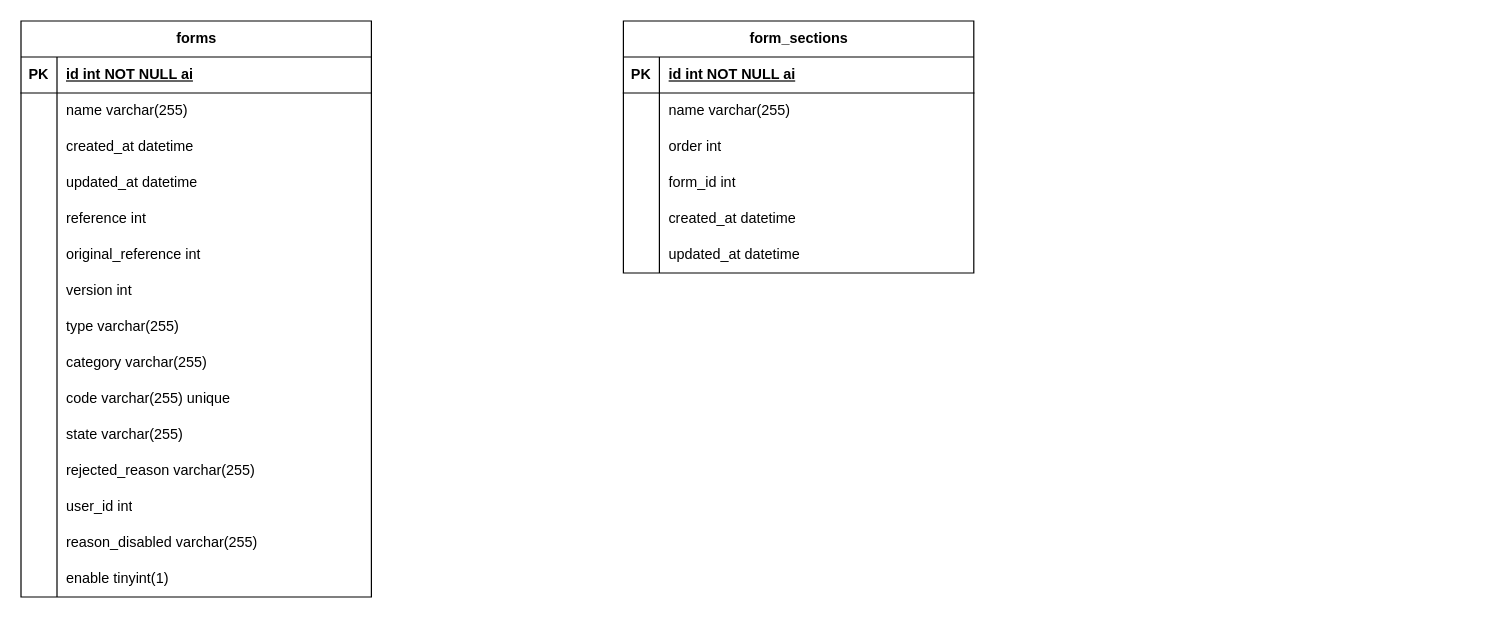
DarioEB/diagramas keeps this draw.io diagram as proyectos/farmacovigilancia.drawio. Above is the earlier version. Source tidied: cells renumbered, new cells numbered last; positions are measured from the earlier drawing's top-left corner, leaving out a move shared by most shapes. Both pictures are drawn from the tidied source at 120%, with x=0, y=0 at pixel (20, 20).
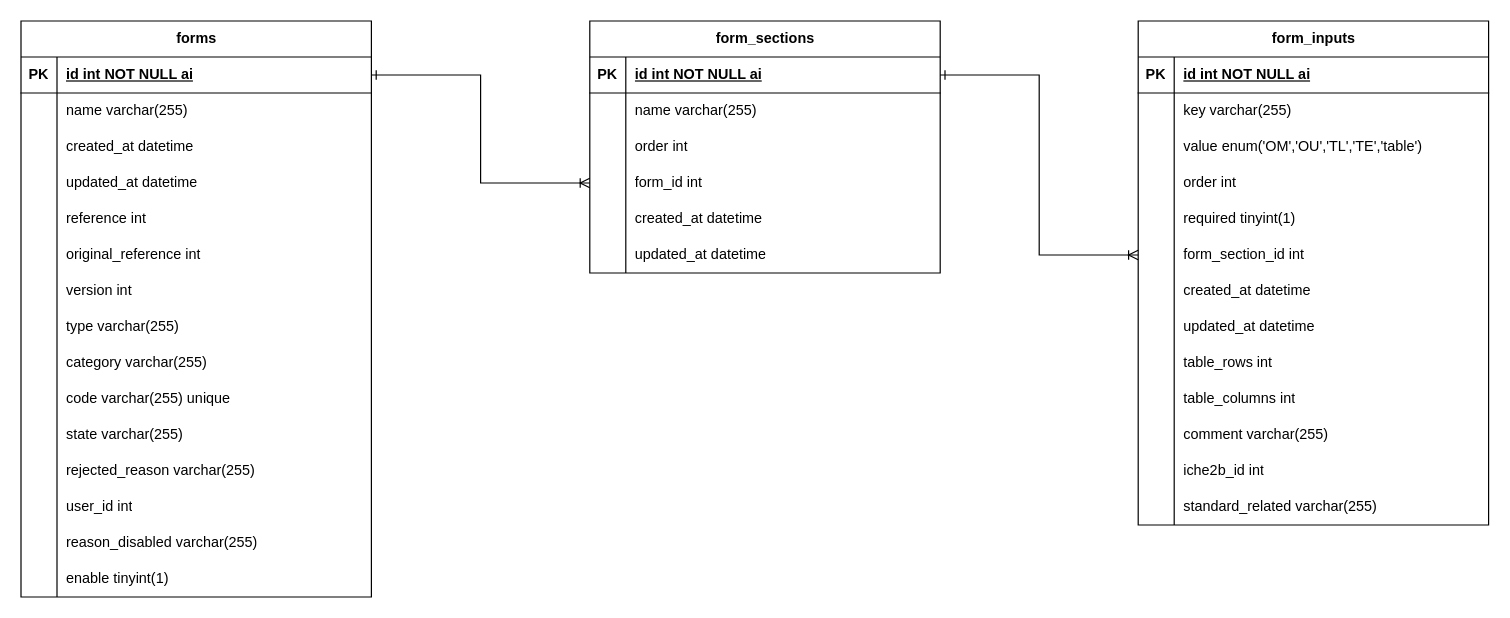
The same page after the edit.

The change refers to these unchanged cells:
```xml
<mxCell id="3" style="shape=tableRow;horizontal=0;startSize=0;swimlaneHead=0;swimlaneBody=0;fillColor=none;points=[[0,0.5],[1,0.5]];portConstraint=eastwest;top=0;left=0;right=0;bottom=1;" parent="2" vertex="1">
  <mxGeometry y="30" width="292" height="30" as="geometry" />
</mxCell>
<mxCell id="49" style="shape=tableRow;horizontal=0;startSize=0;swimlaneHead=0;swimlaneBody=0;fillColor=none;points=[[0,0.5],[1,0.5]];portConstraint=eastwest;top=0;left=0;right=0;bottom=1;" parent="48" vertex="1">
  <mxGeometry y="30" width="292" height="30" as="geometry" />
</mxCell>
<mxCell id="58" style="shape=tableRow;horizontal=0;startSize=0;swimlaneHead=0;swimlaneBody=0;fillColor=none;points=[[0,0.5],[1,0.5]];portConstraint=eastwest;top=0;left=0;right=0;bottom=0;" parent="48" vertex="1">
  <mxGeometry y="120" width="292" height="30" as="geometry" />
</mxCell>
```

Diff of the diagram source:
```diff
@@
     <mxCell id="48" value="form_sections" style="shape=table;startSize=30;childLayout=tableLayout;rowLines=0;fontStyle=1;align=center;html=1;" parent="1" vertex="1">
-      <mxGeometry x="502" width="292" height="210" as="geometry" />
+      <mxGeometry x="474" width="292" height="210" as="geometry" />
     </mxCell>
@@
+    <mxCell id="67" style="edgeStyle=orthogonalEdgeStyle;rounded=0;jettySize=auto;html=1;exitX=1;exitY=0.5;exitDx=0;exitDy=0;entryX=0;entryY=0.5;entryDx=0;entryDy=0;endArrow=ERoneToMany;endFill=0;startArrow=ERone;startFill=0;" parent="1" edge="1" source="3" target="58">
+      <mxGeometry relative="1" as="geometry" />
+    </mxCell>
+    <mxCell id="68" value="form_inputs" style="shape=table;startSize=30;childLayout=tableLayout;rowLines=0;fontStyle=1;align=center;html=1;" parent="1" vertex="1">
+      <mxGeometry x="931" width="292" height="420" as="geometry" />
+    </mxCell>
+    <mxCell id="69" style="shape=tableRow;horizontal=0;startSize=0;swimlaneHead=0;swimlaneBody=0;fillColor=none;top=0;left=0;right=0;bottom=1;" parent="68" vertex="1">
+      <mxGeometry y="30" width="292" height="30" as="geometry" />
+    </mxCell>
+    <mxCell id="70" value="PK" style="shape=partialRectangle;fillColor=none;top=0;left=0;bottom=0;right=0;fontStyle=1;overflow=hidden;whiteSpace=wrap;html=1;" parent="69" vertex="1">
+      <mxGeometry width="30" height="30" as="geometry" />
+    </mxCell>
+    <mxCell id="71" value="id int NOT NULL ai" style="shape=partialRectangle;fillColor=none;top=0;left=0;bottom=0;right=0;align=left;spacingLeft=6;fontStyle=5;overflow=hidden;whiteSpace=wrap;html=1;" parent="69" vertex="1">
+      <mxGeometry x="30" width="262" height="30" as="geometry" />
+    </mxCell>
+    <mxCell id="72" style="shape=tableRow;horizontal=0;startSize=0;swimlaneHead=0;swimlaneBody=0;fillColor=none;top=0;left=0;right=0;bottom=0;" parent="68" vertex="1">
+      <mxGeometry y="60" width="292" height="30" as="geometry" />
+    </mxCell>
+    <mxCell id="73" style="shape=partialRectangle;fillColor=none;top=0;left=0;bottom=0;right=0;overflow=hidden;whiteSpace=wrap;html=1;" parent="72" vertex="1">
+      <mxGeometry width="30" height="30" as="geometry" />
+    </mxCell>
+    <mxCell id="74" value="key varchar(255)" style="shape=partialRectangle;fillColor=none;top=0;left=0;bottom=0;right=0;align=left;spacingLeft=6;overflow=hidden;whiteSpace=wrap;html=1;" parent="72" vertex="1">
+      <mxGeometry x="30" width="262" height="30" as="geometry" />
+    </mxCell>
+    <mxCell id="75" style="shape=tableRow;horizontal=0;startSize=0;swimlaneHead=0;swimlaneBody=0;fillColor=none;top=0;left=0;right=0;bottom=0;" parent="68" vertex="1">
+      <mxGeometry y="90" width="292" height="30" as="geometry" />
+    </mxCell>
+    <mxCell id="76" style="shape=partialRectangle;fillColor=none;top=0;left=0;bottom=0;right=0;overflow=hidden;whiteSpace=wrap;html=1;" parent="75" vertex="1">
+      <mxGeometry width="30" height="30" as="geometry" />
+    </mxCell>
+    <mxCell id="77" value="value enum('OM','OU','TL','TE','table')" style="shape=partialRectangle;fillColor=none;top=0;left=0;bottom=0;right=0;align=left;spacingLeft=6;overflow=hidden;whiteSpace=wrap;html=1;" parent="75" vertex="1">
+      <mxGeometry x="30" width="262" height="30" as="geometry" />
+    </mxCell>
+    <mxCell id="78" style="shape=tableRow;horizontal=0;startSize=0;swimlaneHead=0;swimlaneBody=0;fillColor=none;top=0;left=0;right=0;bottom=0;" parent="68" vertex="1">
+      <mxGeometry y="120" width="292" height="30" as="geometry" />
+    </mxCell>
+    <mxCell id="79" style="shape=partialRectangle;fillColor=none;top=0;left=0;bottom=0;right=0;overflow=hidden;whiteSpace=wrap;html=1;" parent="78" vertex="1">
+      <mxGeometry width="30" height="30" as="geometry" />
+    </mxCell>
+    <mxCell id="80" value="order int" style="shape=partialRectangle;fillColor=none;top=0;left=0;bottom=0;right=0;align=left;spacingLeft=6;overflow=hidden;whiteSpace=wrap;html=1;" parent="78" vertex="1">
+      <mxGeometry x="30" width="262" height="30" as="geometry" />
+    </mxCell>
+    <mxCell id="81" style="shape=tableRow;horizontal=0;startSize=0;swimlaneHead=0;swimlaneBody=0;fillColor=none;top=0;left=0;right=0;bottom=0;" parent="68" vertex="1">
+      <mxGeometry y="150" width="292" height="30" as="geometry" />
+    </mxCell>
+    <mxCell id="82" style="shape=partialRectangle;fillColor=none;top=0;left=0;bottom=0;right=0;overflow=hidden;whiteSpace=wrap;html=1;" parent="81" vertex="1">
+      <mxGeometry width="30" height="30" as="geometry" />
+    </mxCell>
+    <mxCell id="83" value="required tinyint(1)" style="shape=partialRectangle;fillColor=none;top=0;left=0;bottom=0;right=0;align=left;spacingLeft=6;overflow=hidden;whiteSpace=wrap;html=1;" parent="81" vertex="1">
+      <mxGeometry x="30" width="262" height="30" as="geometry" />
+    </mxCell>
+    <mxCell id="84" style="shape=tableRow;horizontal=0;startSize=0;swimlaneHead=0;swimlaneBody=0;fillColor=none;points=[[0,0.5],[1,0.5]];portConstraint=eastwest;top=0;left=0;right=0;bottom=0;" parent="68" vertex="1">
+      <mxGeometry y="180" width="292" height="30" as="geometry" />
+    </mxCell>
+    <mxCell id="85" style="shape=partialRectangle;fillColor=none;top=0;left=0;bottom=0;right=0;overflow=hidden;whiteSpace=wrap;html=1;" parent="84" vertex="1">
+      <mxGeometry width="30" height="30" as="geometry" />
+    </mxCell>
+    <mxCell id="86" value="form_section_id int" style="shape=partialRectangle;fillColor=none;top=0;left=0;bottom=0;right=0;align=left;spacingLeft=6;overflow=hidden;whiteSpace=wrap;html=1;" parent="84" vertex="1">
+      <mxGeometry x="30" width="262" height="30" as="geometry" />
+    </mxCell>
+    <mxCell id="87" style="shape=tableRow;horizontal=0;startSize=0;swimlaneHead=0;swimlaneBody=0;fillColor=none;top=0;left=0;right=0;bottom=0;" parent="68" vertex="1">
+      <mxGeometry y="210" width="292" height="30" as="geometry" />
+    </mxCell>
+    <mxCell id="88" style="shape=partialRectangle;fillColor=none;top=0;left=0;bottom=0;right=0;overflow=hidden;whiteSpace=wrap;html=1;" parent="87" vertex="1">
+      <mxGeometry width="30" height="30" as="geometry" />
+    </mxCell>
+    <mxCell id="89" value="created_at datetime" style="shape=partialRectangle;fillColor=none;top=0;left=0;bottom=0;right=0;align=left;spacingLeft=6;overflow=hidden;whiteSpace=wrap;html=1;" parent="87" vertex="1">
+      <mxGeometry x="30" width="262" height="30" as="geometry" />
+    </mxCell>
+    <mxCell id="90" style="shape=tableRow;horizontal=0;startSize=0;swimlaneHead=0;swimlaneBody=0;fillColor=none;top=0;left=0;right=0;bottom=0;" parent="68" vertex="1">
+      <mxGeometry y="240" width="292" height="30" as="geometry" />
+    </mxCell>
+    <mxCell id="91" style="shape=partialRectangle;fillColor=none;top=0;left=0;bottom=0;right=0;overflow=hidden;whiteSpace=wrap;html=1;" parent="90" vertex="1">
+      <mxGeometry width="30" height="30" as="geometry" />
+    </mxCell>
+    <mxCell id="92" value="updated_at datetime" style="shape=partialRectangle;fillColor=none;top=0;left=0;bottom=0;right=0;align=left;spacingLeft=6;overflow=hidden;whiteSpace=wrap;html=1;" parent="90" vertex="1">
+      <mxGeometry x="30" width="262" height="30" as="geometry" />
+    </mxCell>
+    <mxCell id="93" style="shape=tableRow;horizontal=0;startSize=0;swimlaneHead=0;swimlaneBody=0;fillColor=none;top=0;left=0;right=0;bottom=0;" parent="68" vertex="1">
+      <mxGeometry y="270" width="292" height="30" as="geometry" />
+    </mxCell>
+    <mxCell id="94" style="shape=partialRectangle;fillColor=none;top=0;left=0;bottom=0;right=0;overflow=hidden;whiteSpace=wrap;html=1;" parent="93" vertex="1">
+      <mxGeometry width="30" height="30" as="geometry" />
+    </mxCell>
+    <mxCell id="95" value="table_rows int" style="shape=partialRectangle;fillColor=none;top=0;left=0;bottom=0;right=0;align=left;spacingLeft=6;overflow=hidden;whiteSpace=wrap;html=1;" parent="93" vertex="1">
+      <mxGeometry x="30" width="262" height="30" as="geometry" />
+    </mxCell>
+    <mxCell id="96" style="shape=tableRow;horizontal=0;startSize=0;swimlaneHead=0;swimlaneBody=0;fillColor=none;top=0;left=0;right=0;bottom=0;" parent="68" vertex="1">
+      <mxGeometry y="300" width="292" height="30" as="geometry" />
+    </mxCell>
+    <mxCell id="97" style="shape=partialRectangle;fillColor=none;top=0;left=0;bottom=0;right=0;overflow=hidden;whiteSpace=wrap;html=1;" parent="96" vertex="1">
+      <mxGeometry width="30" height="30" as="geometry" />
+    </mxCell>
+    <mxCell id="98" value="table_columns int" style="shape=partialRectangle;fillColor=none;top=0;left=0;bottom=0;right=0;align=left;spacingLeft=6;overflow=hidden;whiteSpace=wrap;html=1;" parent="96" vertex="1">
+      <mxGeometry x="30" width="262" height="30" as="geometry" />
+    </mxCell>
+    <mxCell id="99" style="shape=tableRow;horizontal=0;startSize=0;swimlaneHead=0;swimlaneBody=0;fillColor=none;top=0;left=0;right=0;bottom=0;" parent="68" vertex="1">
+      <mxGeometry y="330" width="292" height="30" as="geometry" />
+    </mxCell>
+    <mxCell id="100" style="shape=partialRectangle;fillColor=none;top=0;left=0;bottom=0;right=0;overflow=hidden;whiteSpace=wrap;html=1;" parent="99" vertex="1">
+      <mxGeometry width="30" height="30" as="geometry" />
+    </mxCell>
+    <mxCell id="101" value="comment varchar(255)" style="shape=partialRectangle;fillColor=none;top=0;left=0;bottom=0;right=0;align=left;spacingLeft=6;overflow=hidden;whiteSpace=wrap;html=1;" parent="99" vertex="1">
+      <mxGeometry x="30" width="262" height="30" as="geometry" />
+    </mxCell>
+    <mxCell id="102" style="shape=tableRow;horizontal=0;startSize=0;swimlaneHead=0;swimlaneBody=0;fillColor=none;top=0;left=0;right=0;bottom=0;" parent="68" vertex="1">
+      <mxGeometry y="360" width="292" height="30" as="geometry" />
+    </mxCell>
+    <mxCell id="103" style="shape=partialRectangle;fillColor=none;top=0;left=0;bottom=0;right=0;overflow=hidden;whiteSpace=wrap;html=1;" parent="102" vertex="1">
+      <mxGeometry width="30" height="30" as="geometry" />
+    </mxCell>
+    <mxCell id="104" value="iche2b_id int" style="shape=partialRectangle;fillColor=none;top=0;left=0;bottom=0;right=0;align=left;spacingLeft=6;overflow=hidden;whiteSpace=wrap;html=1;" parent="102" vertex="1">
+      <mxGeometry x="30" width="262" height="30" as="geometry" />
+    </mxCell>
+    <mxCell id="105" style="shape=tableRow;horizontal=0;startSize=0;swimlaneHead=0;swimlaneBody=0;fillColor=none;top=0;left=0;right=0;bottom=0;" parent="68" vertex="1">
+      <mxGeometry y="390" width="292" height="30" as="geometry" />
+    </mxCell>
+    <mxCell id="106" style="shape=partialRectangle;fillColor=none;top=0;left=0;bottom=0;right=0;overflow=hidden;whiteSpace=wrap;html=1;" parent="105" vertex="1">
+      <mxGeometry width="30" height="30" as="geometry" />
+    </mxCell>
+    <mxCell id="107" value="standard_related varchar(255)" style="shape=partialRectangle;fillColor=none;top=0;left=0;bottom=0;right=0;align=left;spacingLeft=6;overflow=hidden;whiteSpace=wrap;html=1;" parent="105" vertex="1">
+      <mxGeometry x="30" width="262" height="30" as="geometry" />
+    </mxCell>
+    <mxCell id="108" style="edgeStyle=orthogonalEdgeStyle;rounded=0;jettySize=auto;html=1;exitX=1;exitY=0.5;exitDx=0;exitDy=0;endArrow=ERoneToMany;endFill=0;startArrow=ERone;startFill=0;" parent="1" edge="1" source="49" target="84">
+      <mxGeometry relative="1" as="geometry" />
+    </mxCell>
```
